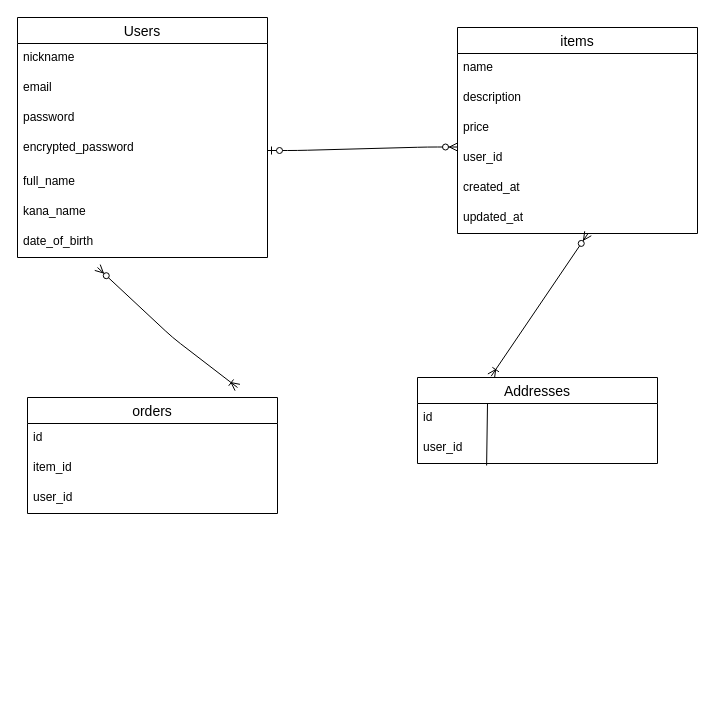
Above: page "ページ1" (1 of 2) of app/views/test.dio in asoy1206upi/furima-39647 (draw.io), before the change. Source tidied: cells renumbered, new cells numbered last; positions are measured from the earlier drawing's top-left corner, leaving out a move shared by most shapes. Both pictures are drawn from the tidied source at 100%, with x=0, y=0 at pixel (17, 17).
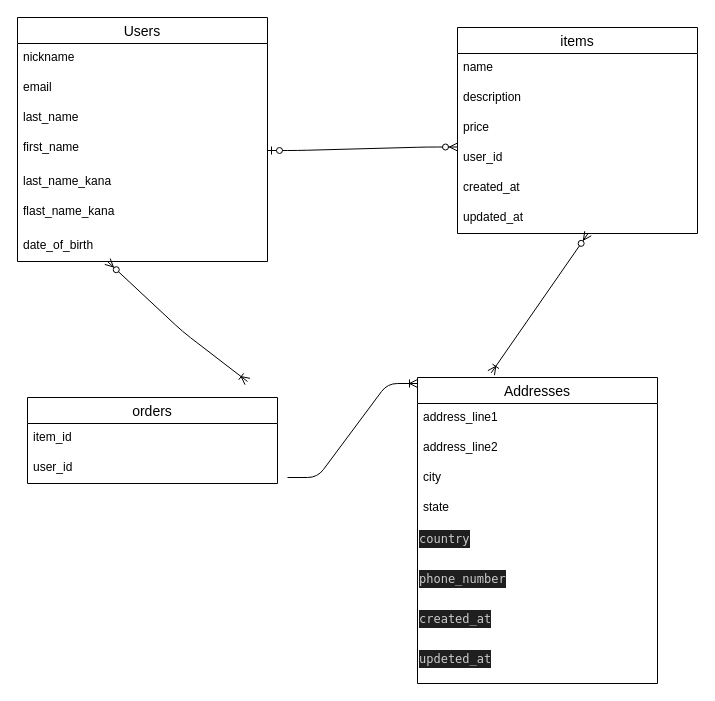
The same page after the edit.

Commit message (it also covers changes not shown here):
住所情報追加

What changed in the source:
```diff
@@
     <mxCell id="2" value="Users" style="swimlane;fontStyle=0;horizontal=1;startSize=26;align=center;fontSize=14;" parent="1" vertex="1">
-      <mxGeometry width="250" height="240" as="geometry" />
+      <mxGeometry width="250" height="244" as="geometry" />
     </mxCell>
@@
-    <mxCell id="5" value="password" style="text;strokeColor=none;fillColor=none;spacingLeft=4;spacingRight=4;overflow=hidden;fontSize=12;" parent="2" vertex="1">
+    <mxCell id="5" value="last_name" style="text;strokeColor=none;fillColor=none;spacingLeft=4;spacingRight=4;overflow=hidden;fontSize=12;" parent="2" vertex="1">
       <mxGeometry y="86" width="250" height="30" as="geometry" />
     </mxCell>
-    <mxCell id="6" value="encrypted_password" style="text;strokeColor=none;fillColor=none;spacingLeft=4;spacingRight=4;overflow=hidden;points=[[0,0.5],[1,0.5]];portConstraint=eastwest;fontSize=12;" parent="2" vertex="1">
+    <mxCell id="6" value="first_name" style="text;strokeColor=none;fillColor=none;spacingLeft=4;spacingRight=4;overflow=hidden;points=[[0,0.5],[1,0.5]];portConstraint=eastwest;fontSize=12;" parent="2" vertex="1">
       <mxGeometry y="116" width="250" height="34" as="geometry" />
     </mxCell>
-    <mxCell id="7" value="full_name" style="text;strokeColor=none;fillColor=none;spacingLeft=4;spacingRight=4;overflow=hidden;fontSize=12;" parent="2" vertex="1">
-      <mxGeometry y="150" width="250" height="30" as="geometry" />
-    </mxCell>
-    <mxCell id="8" value="kana_name" style="text;strokeColor=none;fillColor=none;spacingLeft=4;spacingRight=4;overflow=hidden;fontSize=12;" parent="2" vertex="1">
-      <mxGeometry y="180" width="250" height="30" as="geometry" />
+    <mxCell id="8" value="last_name_kana" style="text;strokeColor=none;fillColor=none;spacingLeft=4;spacingRight=4;overflow=hidden;fontSize=12;" parent="2" vertex="1">
+      <mxGeometry y="150" width="250" height="30" as="geometry" />
     </mxCell>
+    <mxCell id="28" value="flast_name_kana" style="text;strokeColor=none;fillColor=none;spacingLeft=4;spacingRight=4;overflow=hidden;fontSize=12;" parent="2" vertex="1">
+      <mxGeometry y="180" width="250" height="34" as="geometry" />
+    </mxCell>
     <mxCell id="9" value="date_of_birth" style="text;strokeColor=none;fillColor=none;spacingLeft=4;spacingRight=4;overflow=hidden;fontSize=12;" parent="2" vertex="1">
-      <mxGeometry y="210" width="250" height="30" as="geometry" />
+      <mxGeometry y="214" width="250" height="30" as="geometry" />
     </mxCell>
@@
     <mxCell id="18" style="fontSize=12;html=1;endArrow=ERoneToMany;startArrow=ERzeroToMany;" parent="1" edge="1">
       <mxGeometry relative="1" as="geometry">
-        <mxPoint x="80" y="250" as="sourcePoint" />
-        <mxPoint x="220" y="370" as="targetPoint" />
+        <mxPoint x="90" y="244" as="sourcePoint" />
+        <mxPoint x="230" y="364" as="targetPoint" />
         <Array as="points">
-          <mxPoint x="155" y="320" />
+          <mxPoint x="165" y="314" />
         </Array>
       </mxGeometry>
     </mxCell>
@@
     <mxCell id="20" value="Addresses" style="swimlane;fontStyle=0;horizontal=1;startSize=26;align=center;fontSize=14;" parent="1" vertex="1">
-      <mxGeometry x="400" y="360" width="240" height="86" as="geometry" />
+      <mxGeometry x="400" y="360" width="240" height="306" as="geometry" />
     </mxCell>
-    <mxCell id="21" value="id" style="text;strokeColor=none;fillColor=none;spacingLeft=4;spacingRight=4;overflow=hidden;fontSize=12;" parent="20" vertex="1">
-      <mxGeometry y="26" width="240" height="30" as="geometry" />
-    </mxCell>
-    <mxCell id="22" style="endArrow=none;html=1;rounded=0;exitX=0.288;exitY=1.067;exitDx=0;exitDy=0;exitPerimeter=0;" parent="20" edge="1" source="23">
-      <mxGeometry relative="1" as="geometry">
-        <mxPoint x="70" y="26" as="targetPoint" />
-      </mxGeometry>
-    </mxCell>
-    <mxCell id="23" value="user_id" style="text;strokeColor=none;fillColor=none;spacingLeft=4;spacingRight=4;overflow=hidden;points=[[0,0.5],[1,0.5]];portConstraint=eastwest;fontSize=12;" parent="20" vertex="1">
-      <mxGeometry y="56" width="240" height="30" as="geometry" />
-    </mxCell>
+    <mxCell id="29" value="address_line1" style="text;strokeColor=none;fillColor=none;spacingLeft=4;spacingRight=4;overflow=hidden;fontSize=12;" parent="20" vertex="1">
+      <mxGeometry y="26" width="240" height="30" as="geometry" />
+    </mxCell>
+    <mxCell id="30" value="address_line2" style="text;strokeColor=none;fillColor=none;spacingLeft=4;spacingRight=4;overflow=hidden;fontSize=12;" parent="20" vertex="1">
+      <mxGeometry y="56" width="240" height="30" as="geometry" />
+    </mxCell>
+    <mxCell id="31" value="city" style="text;strokeColor=none;fillColor=none;spacingLeft=4;spacingRight=4;overflow=hidden;fontSize=12;" parent="20" vertex="1">
+      <mxGeometry y="86" width="240" height="30" as="geometry" />
+    </mxCell>
+    <mxCell id="32" value="state" style="text;strokeColor=none;fillColor=none;spacingLeft=4;spacingRight=4;overflow=hidden;fontSize=12;" parent="20" vertex="1">
+      <mxGeometry y="116" width="240" height="30" as="geometry" />
+    </mxCell>
+    <mxCell id="33" value="&lt;div style=&quot;color: rgb(204, 204, 204); background-color: rgb(31, 31, 31); font-family: Menlo, Monaco, &amp;quot;Courier New&amp;quot;, monospace; font-weight: normal; font-size: 12px; line-height: 18px;&quot;&gt;country&lt;/div&gt;" style="text;whiteSpace=wrap;html=1;" parent="20" vertex="1">
+      <mxGeometry y="146" width="240" height="40" as="geometry" />
+    </mxCell>
+    <mxCell id="34" value="&lt;div style=&quot;color: rgb(204, 204, 204); background-color: rgb(31, 31, 31); font-family: Menlo, Monaco, &amp;quot;Courier New&amp;quot;, monospace; font-weight: normal; font-size: 12px; line-height: 18px;&quot;&gt;phone_number&lt;/div&gt;" style="text;whiteSpace=wrap;html=1;" parent="20" vertex="1">
+      <mxGeometry y="186" width="240" height="40" as="geometry" />
+    </mxCell>
+    <mxCell id="35" value="&lt;div style=&quot;color: rgb(204, 204, 204); background-color: rgb(31, 31, 31); font-family: Menlo, Monaco, &amp;quot;Courier New&amp;quot;, monospace; font-weight: normal; font-size: 12px; line-height: 18px;&quot;&gt;&lt;div&gt;&lt;span style=&quot;color: #cccccc;&quot;&gt;created_at &lt;/span&gt;&lt;/div&gt;&lt;/div&gt;" style="text;whiteSpace=wrap;html=1;" parent="20" vertex="1">
+      <mxGeometry y="226" width="240" height="40" as="geometry" />
+    </mxCell>
+    <mxCell id="36" value="&lt;div style=&quot;color: rgb(204, 204, 204); background-color: rgb(31, 31, 31); font-family: Menlo, Monaco, &amp;quot;Courier New&amp;quot;, monospace; font-weight: normal; font-size: 12px; line-height: 18px;&quot;&gt;&lt;div&gt;&lt;span style=&quot;color: #cccccc;&quot;&gt;updeted_at &lt;/span&gt;&lt;/div&gt;&lt;/div&gt;" style="text;whiteSpace=wrap;html=1;" parent="20" vertex="1">
+      <mxGeometry y="266" width="240" height="40" as="geometry" />
+    </mxCell>
     <mxCell id="24" value="orders" style="swimlane;fontStyle=0;horizontal=1;startSize=26;align=center;fontSize=14;" parent="1" vertex="1">
-      <mxGeometry x="10" y="380" width="250" height="116" as="geometry" />
+      <mxGeometry x="10" y="380" width="250" height="86" as="geometry" />
     </mxCell>
-    <mxCell id="25" value="id&#10;&#10;" style="text;strokeColor=none;fillColor=none;spacingLeft=4;spacingRight=4;overflow=hidden;fontSize=12;" parent="24" vertex="1">
-      <mxGeometry y="26" width="250" height="30" as="geometry" />
-    </mxCell>
     <mxCell id="26" value="item_id" style="text;strokeColor=none;fillColor=none;spacingLeft=4;spacingRight=4;overflow=hidden;fontSize=12;" parent="24" vertex="1">
-      <mxGeometry y="56" width="250" height="30" as="geometry" />
+      <mxGeometry y="26" width="250" height="30" as="geometry" />
     </mxCell>
     <mxCell id="27" value="user_id" style="text;strokeColor=none;fillColor=none;spacingLeft=4;spacingRight=4;overflow=hidden;fontSize=12;" parent="24" vertex="1">
-      <mxGeometry y="86" width="250" height="30" as="geometry" />
+      <mxGeometry y="56" width="250" height="30" as="geometry" />
     </mxCell>
+    <mxCell id="37" style="edgeStyle=entityRelationEdgeStyle;fontSize=12;html=1;endArrow=ERoneToMany;" parent="1" edge="1">
+      <mxGeometry relative="1" as="geometry">
+        <mxPoint x="270" y="460" as="sourcePoint" />
+        <mxPoint x="400" y="366" as="targetPoint" />
+      </mxGeometry>
+    </mxCell>
```
